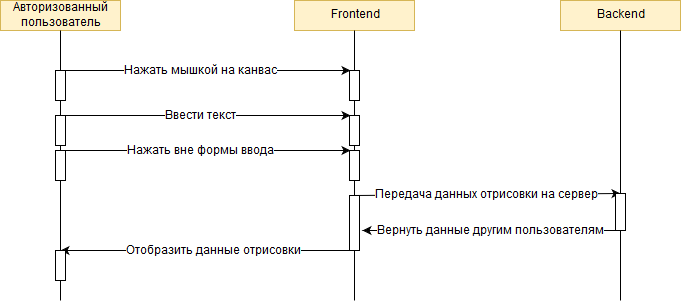
This is Diagram/Sequence/AddText.png from EvgeniiAleinikov/TRiTPO, a draw.io export, as it was before one commit. Source tidied: cells renumbered, new cells last; positions are measured from the earlier drawing's top-left corner, leaving out a move shared by most shapes. The source it was exported from:
```xml
<mxGraphModel background="#ffffff">
  <root>
    <mxCell id="0" />
    <mxCell id="1" parent="0" />
    <mxCell id="2" value="Авторизованный&lt;br&gt;пользователь" style="rounded=0;whiteSpace=wrap;html=1;fillColor=#fff2cc;strokeColor=#d6b656;" parent="1" vertex="1">
      <mxGeometry width="120" height="30" as="geometry" />
    </mxCell>
    <mxCell id="3" value="Frontend" style="rounded=0;whiteSpace=wrap;html=1;fillColor=#fff2cc;strokeColor=#d6b656;" parent="1" vertex="1">
      <mxGeometry x="294" width="120" height="30" as="geometry" />
    </mxCell>
    <mxCell id="4" value="Backend" style="rounded=0;whiteSpace=wrap;html=1;fillColor=#fff2cc;strokeColor=#d6b656;" parent="1" vertex="1">
      <mxGeometry x="560" width="120" height="30" as="geometry" />
    </mxCell>
    <mxCell id="5" style="endArrow=none;html=1;entryX=0.5;entryY=1;" parent="1" edge="1" source="8" target="2">
      <mxGeometry relative="1" as="geometry" />
    </mxCell>
    <mxCell id="6" style="endArrow=none;html=1;entryX=0.5;entryY=1;" parent="1" edge="1" source="22">
      <mxGeometry relative="1" as="geometry">
        <mxPoint x="354" y="30" as="targetPoint" />
      </mxGeometry>
    </mxCell>
    <mxCell id="7" style="endArrow=none;html=1;entryX=0.5;entryY=1;" parent="1" edge="1" source="26">
      <mxGeometry relative="1" as="geometry">
        <mxPoint x="620" y="30" as="targetPoint" />
      </mxGeometry>
    </mxCell>
    <mxCell id="8" style="rounded=0;whiteSpace=wrap;html=1;" parent="1" vertex="1">
      <mxGeometry x="55" y="70" width="10" height="30" as="geometry" />
    </mxCell>
    <mxCell id="9" style="endArrow=none;html=1;entryX=0.5;entryY=1;" parent="1" edge="1" target="8">
      <mxGeometry relative="1" as="geometry">
        <mxPoint x="60" y="300" as="sourcePoint" />
      </mxGeometry>
    </mxCell>
    <mxCell id="10" style="endArrow=classic;html=1;exitX=0.5;exitY=0;" parent="1" edge="1" source="8">
      <mxGeometry relative="1" as="geometry">
        <mxPoint x="350" y="70" as="targetPoint" />
      </mxGeometry>
    </mxCell>
    <mxCell id="11" value="Нажать мышкой на канвас" style="text;html=1;align=center;verticalAlign=middle;labelBackgroundColor=#ffffff;direction=south;" parent="10" vertex="1">
      <mxGeometry x="-0.34" y="1" relative="1" as="geometry">
        <mxPoint x="45" y="1" as="offset" />
      </mxGeometry>
    </mxCell>
    <mxCell id="12" style="rounded=0;whiteSpace=wrap;html=1;" parent="1" vertex="1">
      <mxGeometry x="349" y="70" width="10" height="30" as="geometry" />
    </mxCell>
    <mxCell id="13" style="endArrow=none;html=1;entryX=0.5;entryY=1;" parent="1" edge="1" target="12">
      <mxGeometry relative="1" as="geometry">
        <mxPoint x="354" y="180" as="sourcePoint" />
      </mxGeometry>
    </mxCell>
    <mxCell id="14" style="rounded=0;whiteSpace=wrap;html=1;" parent="1" vertex="1">
      <mxGeometry x="55" y="115" width="10" height="30" as="geometry" />
    </mxCell>
    <mxCell id="15" style="endArrow=classic;html=1;exitX=0.5;exitY=0;" parent="1" edge="1" source="14">
      <mxGeometry relative="1" as="geometry">
        <mxPoint x="350" y="115" as="targetPoint" />
      </mxGeometry>
    </mxCell>
    <mxCell id="16" value="Ввести текст" style="text;html=1;align=center;verticalAlign=middle;labelBackgroundColor=#ffffff;direction=south;" parent="15" vertex="1">
      <mxGeometry x="-0.34" y="1" relative="1" as="geometry">
        <mxPoint x="45" y="1" as="offset" />
      </mxGeometry>
    </mxCell>
    <mxCell id="17" style="rounded=0;whiteSpace=wrap;html=1;" parent="1" vertex="1">
      <mxGeometry x="349" y="115" width="10" height="30" as="geometry" />
    </mxCell>
    <mxCell id="18" style="rounded=0;whiteSpace=wrap;html=1;" parent="1" vertex="1">
      <mxGeometry x="55" y="150" width="10" height="30" as="geometry" />
    </mxCell>
    <mxCell id="19" style="endArrow=classic;html=1;exitX=0.5;exitY=0;" parent="1" edge="1" source="18">
      <mxGeometry relative="1" as="geometry">
        <mxPoint x="350" y="150" as="targetPoint" />
      </mxGeometry>
    </mxCell>
    <mxCell id="20" value="Нажать вне формы ввода" style="text;html=1;align=center;verticalAlign=middle;labelBackgroundColor=#ffffff;direction=south;" parent="19" vertex="1">
      <mxGeometry x="-0.34" y="1" relative="1" as="geometry">
        <mxPoint x="45" y="1" as="offset" />
      </mxGeometry>
    </mxCell>
    <mxCell id="21" style="rounded=0;whiteSpace=wrap;html=1;" parent="1" vertex="1">
      <mxGeometry x="349" y="150" width="10" height="30" as="geometry" />
    </mxCell>
    <mxCell id="22" style="rounded=0;whiteSpace=wrap;html=1;" parent="1" vertex="1">
      <mxGeometry x="349" y="195" width="10" height="55" as="geometry" />
    </mxCell>
    <mxCell id="23" style="endArrow=none;html=1;entryX=0.5;entryY=1;" parent="1" edge="1" target="22">
      <mxGeometry relative="1" as="geometry">
        <mxPoint x="354" y="300" as="sourcePoint" />
      </mxGeometry>
    </mxCell>
    <mxCell id="24" style="endArrow=classic;html=1;exitX=0.5;exitY=0;entryX=0.5;entryY=0;" parent="1" edge="1" target="26">
      <mxGeometry relative="1" as="geometry">
        <mxPoint x="354" y="195" as="sourcePoint" />
      </mxGeometry>
    </mxCell>
    <mxCell id="25" value="Передача данных отрисовки на сервер" style="text;html=1;align=center;verticalAlign=middle;labelBackgroundColor=#ffffff;direction=south;" parent="24" vertex="1">
      <mxGeometry x="-0.34" y="1" relative="1" as="geometry">
        <mxPoint x="45" y="1" as="offset" />
      </mxGeometry>
    </mxCell>
    <mxCell id="26" style="rounded=0;whiteSpace=wrap;html=1;" parent="1" vertex="1">
      <mxGeometry x="615" y="193" width="10" height="37" as="geometry" />
    </mxCell>
    <mxCell id="27" style="endArrow=none;html=1;entryX=0.5;entryY=1;" parent="1" edge="1" target="26">
      <mxGeometry relative="1" as="geometry">
        <mxPoint x="620" y="300" as="sourcePoint" />
      </mxGeometry>
    </mxCell>
    <mxCell id="28" style="endArrow=classic;html=1;entryX=1.3;entryY=0.636;entryPerimeter=0;" parent="1" edge="1" target="22">
      <mxGeometry relative="1" as="geometry">
        <mxPoint x="620" y="230" as="sourcePoint" />
      </mxGeometry>
    </mxCell>
    <mxCell id="29" value="Вернуть данные другим пользователям" style="text;html=1;align=center;verticalAlign=middle;labelBackgroundColor=#ffffff;direction=south;" parent="28" vertex="1">
      <mxGeometry x="-0.34" y="1" relative="1" as="geometry">
        <mxPoint x="-45" y="-1" as="offset" />
      </mxGeometry>
    </mxCell>
    <mxCell id="30" style="endArrow=classic;html=1;" parent="1" edge="1">
      <mxGeometry relative="1" as="geometry">
        <mxPoint x="354" y="250" as="sourcePoint" />
        <mxPoint x="60" y="250" as="targetPoint" />
      </mxGeometry>
    </mxCell>
    <mxCell id="31" value="Отобразить данные отрисовки " style="text;html=1;align=center;verticalAlign=middle;labelBackgroundColor=#ffffff;direction=south;" parent="30" vertex="1">
      <mxGeometry x="-0.34" y="1" relative="1" as="geometry">
        <mxPoint x="-45" y="-1" as="offset" />
      </mxGeometry>
    </mxCell>
    <mxCell id="32" style="rounded=0;whiteSpace=wrap;html=1;" parent="1" vertex="1">
      <mxGeometry x="55" y="250" width="10" height="30" as="geometry" />
    </mxCell>
    <mxCell id="33" style="endArrow=none;html=1;entryX=0.5;entryY=1;" parent="1" edge="1" target="32">
      <mxGeometry relative="1" as="geometry">
        <mxPoint x="60" y="280" as="sourcePoint" />
      </mxGeometry>
    </mxCell>
  </root>
</mxGraphModel>
```
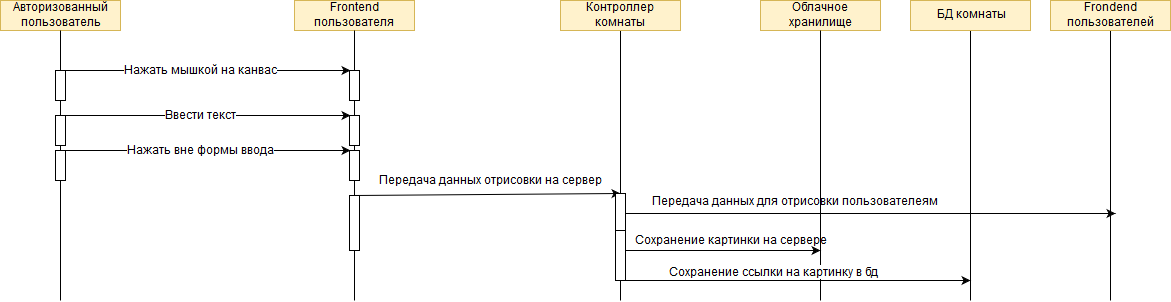
Above is the later version.

Diff of the diagram source:
```diff
@@ -5,12 +5,9 @@
     <mxCell id="2" value="Авторизованный&lt;br&gt;пользователь" style="rounded=0;whiteSpace=wrap;html=1;fillColor=#fff2cc;strokeColor=#d6b656;" parent="1" vertex="1">
       <mxGeometry width="120" height="30" as="geometry" />
     </mxCell>
-    <mxCell id="3" value="Frontend" style="rounded=0;whiteSpace=wrap;html=1;fillColor=#fff2cc;strokeColor=#d6b656;" parent="1" vertex="1">
+    <mxCell id="3" value="Frontend пользователя" style="rounded=0;whiteSpace=wrap;html=1;fillColor=#fff2cc;strokeColor=#d6b656;" parent="1" vertex="1">
       <mxGeometry x="294" width="120" height="30" as="geometry" />
     </mxCell>
-    <mxCell id="4" value="Backend" style="rounded=0;whiteSpace=wrap;html=1;fillColor=#fff2cc;strokeColor=#d6b656;" parent="1" vertex="1">
-      <mxGeometry x="560" width="120" height="30" as="geometry" />
-    </mxCell>
     <mxCell id="5" style="endArrow=none;html=1;entryX=0.5;entryY=1;" parent="1" edge="1" source="8" target="2">
       <mxGeometry relative="1" as="geometry" />
     </mxCell>
@@ -97,45 +94,89 @@
     </mxCell>
     <mxCell id="25" value="Передача данных отрисовки на сервер" style="text;html=1;align=center;verticalAlign=middle;labelBackgroundColor=#ffffff;direction=south;" parent="24" vertex="1">
       <mxGeometry x="-0.34" y="1" relative="1" as="geometry">
-        <mxPoint x="45" y="1" as="offset" />
+        <mxPoint x="49" y="-13" as="offset" />
       </mxGeometry>
     </mxCell>
     <mxCell id="26" style="rounded=0;whiteSpace=wrap;html=1;" parent="1" vertex="1">
       <mxGeometry x="615" y="193" width="10" height="37" as="geometry" />
     </mxCell>
-    <mxCell id="27" style="endArrow=none;html=1;entryX=0.5;entryY=1;" parent="1" edge="1" target="26">
-      <mxGeometry relative="1" as="geometry">
-        <mxPoint x="620" y="300" as="sourcePoint" />
-      </mxGeometry>
+    <mxCell id="27" style="endArrow=none;html=1;entryX=0.5;entryY=1;" parent="1" edge="1" source="41" target="26">
+      <mxGeometry relative="1" as="geometry" />
     </mxCell>
-    <mxCell id="28" style="endArrow=classic;html=1;entryX=1.3;entryY=0.636;entryPerimeter=0;" parent="1" edge="1" target="22">
+    <mxCell id="28" style="endArrow=classic;html=1;" parent="1" edge="1">
       <mxGeometry relative="1" as="geometry">
-        <mxPoint x="620" y="230" as="sourcePoint" />
+        <mxPoint x="625" y="213" as="sourcePoint" />
+        <mxPoint x="1115" y="213" as="targetPoint" />
       </mxGeometry>
     </mxCell>
-    <mxCell id="29" value="Вернуть данные другим пользователям" style="text;html=1;align=center;verticalAlign=middle;labelBackgroundColor=#ffffff;direction=south;" parent="28" vertex="1">
-      <mxGeometry x="-0.34" y="1" relative="1" as="geometry">
-        <mxPoint x="-45" y="-1" as="offset" />
-      </mxGeometry>
-    </mxCell>
-    <mxCell id="30" style="endArrow=classic;html=1;" parent="1" edge="1">
-      <mxGeometry relative="1" as="geometry">
-        <mxPoint x="354" y="250" as="sourcePoint" />
-        <mxPoint x="60" y="250" as="targetPoint" />
-      </mxGeometry>
-    </mxCell>
-    <mxCell id="31" value="Отобразить данные отрисовки " style="text;html=1;align=center;verticalAlign=middle;labelBackgroundColor=#ffffff;direction=south;" parent="30" vertex="1">
-      <mxGeometry x="-0.34" y="1" relative="1" as="geometry">
-        <mxPoint x="-45" y="-1" as="offset" />
-      </mxGeometry>
-    </mxCell>
-    <mxCell id="32" style="rounded=0;whiteSpace=wrap;html=1;" parent="1" vertex="1">
-      <mxGeometry x="55" y="250" width="10" height="30" as="geometry" />
-    </mxCell>
+    <mxCell id="34" value="Сохранение картинки на сервере" style="text;html=1;align=center;verticalAlign=middle;labelBackgroundColor=#ffffff;" parent="28" vertex="1">
+      <mxGeometry x="-0.69" y="-3" relative="1" as="geometry">
+        <mxPoint x="28" y="24" as="offset" />
+      </mxGeometry>
+    </mxCell>
-    <mxCell id="33" style="endArrow=none;html=1;entryX=0.5;entryY=1;" parent="1" edge="1" target="32">
+    <mxCell id="33" style="endArrow=none;html=1;entryX=0.5;entryY=1;" parent="1" edge="1">
       <mxGeometry relative="1" as="geometry">
         <mxPoint x="60" y="280" as="sourcePoint" />
+        <mxPoint x="60" y="280" as="targetPoint" />
       </mxGeometry>
     </mxCell>
+    <mxCell id="35" value="Контроллер комнаты" style="rounded=0;whiteSpace=wrap;html=1;fillColor=#fff2cc;strokeColor=#d6b656;" parent="1" vertex="1">
+      <mxGeometry x="560" width="120" height="30" as="geometry" />
+    </mxCell>
+    <mxCell id="36" style="endArrow=none;html=1;entryX=0.5;entryY=1;" parent="1" edge="1">
+      <mxGeometry relative="1" as="geometry">
+        <mxPoint x="1110" y="300" as="sourcePoint" />
+        <mxPoint x="1110" y="30" as="targetPoint" />
+      </mxGeometry>
+    </mxCell>
+    <mxCell id="37" value="Облачное хранилище" style="rounded=0;whiteSpace=wrap;html=1;fillColor=#fff2cc;strokeColor=#d6b656;" parent="1" vertex="1">
+      <mxGeometry x="760" width="120" height="30" as="geometry" />
+    </mxCell>
+    <mxCell id="38" style="endArrow=none;html=1;entryX=0.5;entryY=1;" parent="1" edge="1">
+      <mxGeometry relative="1" as="geometry">
+        <mxPoint x="820" y="300" as="sourcePoint" />
+        <mxPoint x="820" y="30" as="targetPoint" />
+      </mxGeometry>
+    </mxCell>
+    <mxCell id="39" value="Frondend пользователей" style="rounded=0;whiteSpace=wrap;html=1;fillColor=#fff2cc;strokeColor=#d6b656;" parent="1" vertex="1">
+      <mxGeometry x="1050" width="120" height="30" as="geometry" />
+    </mxCell>
+    <mxCell id="40" style="endArrow=classic;html=1;" parent="1" edge="1">
+      <mxGeometry relative="1" as="geometry">
+        <mxPoint x="620" y="250" as="sourcePoint" />
+        <mxPoint x="820" y="250" as="targetPoint" />
+      </mxGeometry>
+    </mxCell>
+    <mxCell id="41" style="rounded=0;whiteSpace=wrap;html=1;" parent="1" vertex="1">
+      <mxGeometry x="615" y="230" width="10" height="50" as="geometry" />
+    </mxCell>
+    <mxCell id="42" style="endArrow=none;html=1;entryX=0.5;entryY=1;" parent="1" edge="1" target="41">
+      <mxGeometry relative="1" as="geometry">
+        <mxPoint x="620" y="300" as="sourcePoint" />
+      </mxGeometry>
+    </mxCell>
+    <mxCell id="43" value="Передача данных для отрисовки пользователеям" style="text;html=1;align=left;verticalAlign=top;spacingTop=-4;" parent="1" vertex="1">
+      <mxGeometry x="650" y="193" width="300" height="20" as="geometry" />
+    </mxCell>
+    <mxCell id="44" style="endArrow=none;html=1;entryX=0.5;entryY=1;" parent="1" edge="1">
+      <mxGeometry relative="1" as="geometry">
+        <mxPoint x="970" y="300" as="sourcePoint" />
+        <mxPoint x="970" y="30" as="targetPoint" />
+      </mxGeometry>
+    </mxCell>
+    <mxCell id="45" value="БД комнаты" style="rounded=0;whiteSpace=wrap;html=1;fillColor=#fff2cc;strokeColor=#d6b656;" parent="1" vertex="1">
+      <mxGeometry x="910" width="120" height="30" as="geometry" />
+    </mxCell>
+    <mxCell id="46" style="endArrow=classic;html=1;" parent="1" edge="1">
+      <mxGeometry relative="1" as="geometry">
+        <mxPoint x="620" y="280" as="sourcePoint" />
+        <mxPoint x="970" y="280" as="targetPoint" />
+      </mxGeometry>
+    </mxCell>
+    <mxCell id="47" value="Сохранение ссылки на картинку в бд" style="text;html=1;align=center;verticalAlign=middle;labelBackgroundColor=#ffffff;" parent="1" vertex="1">
+      <mxGeometry x="750" y="255" as="geometry">
+        <mxPoint x="23" y="17" as="offset" />
+      </mxGeometry>
+    </mxCell>
   </root>
 </mxGraphModel>
```
